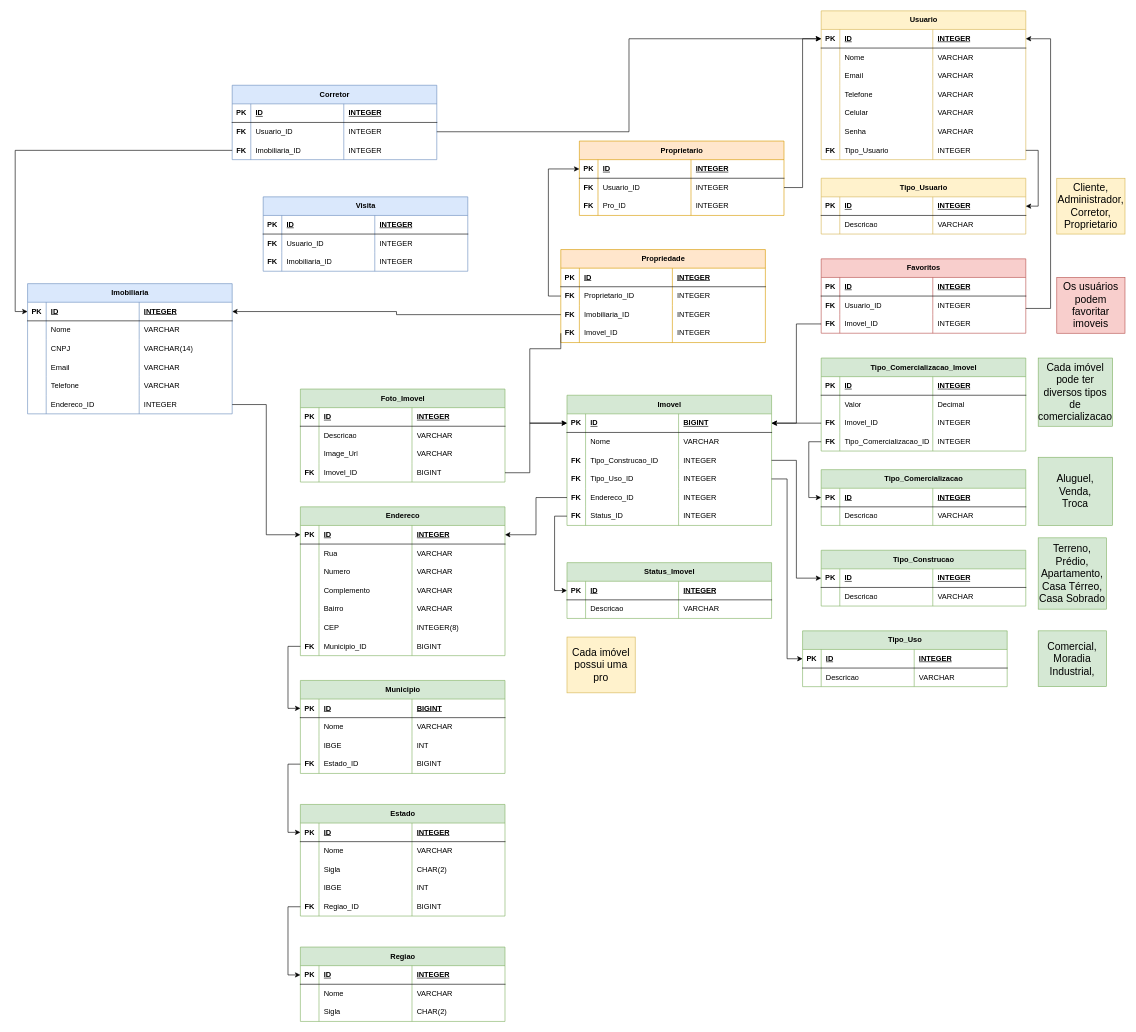
Before: Docs/DataModeling/Modelagem de Dados.drawio in SteveSilvas/BuscaCasa, a draw.io diagram. Source tidied: cells renumbered, new cells numbered last; positions are measured from the earlier drawing's top-left corner, leaving out a move shared by most shapes. Both pictures are drawn from the tidied source at 62%, with x=0, y=0 at pixel (27, 11).
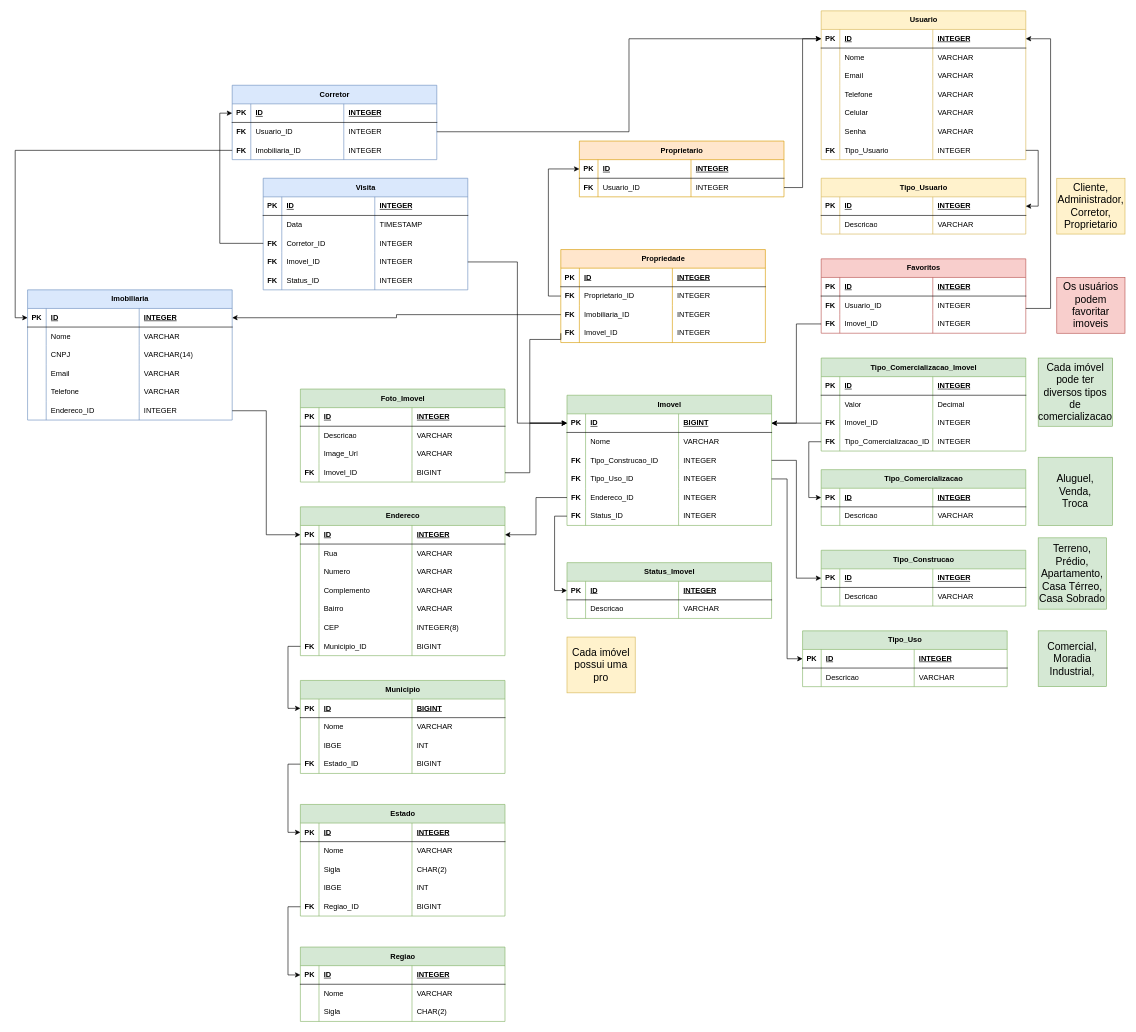
Above is the later version.

Unchanged cells that the change refers to:
```xml
<mxCell id="47" style="shape=tableRow;horizontal=0;startSize=0;swimlaneHead=0;swimlaneBody=0;fillColor=none;points=[[0,0.5],[1,0.5]];portConstraint=eastwest;top=0;left=0;right=0;bottom=1;" parent="46" vertex="1">
  <mxGeometry y="30" width="330" height="30" as="geometry" />
</mxCell>
<mxCell id="94" style="shape=tableRow;horizontal=0;startSize=0;swimlaneHead=0;swimlaneBody=0;fillColor=none;points=[[0,0.5],[1,0.5]];portConstraint=eastwest;top=0;left=0;right=0;bottom=0;" parent="85" vertex="1">
  <mxGeometry y="90" width="330" height="30" as="geometry" />
</mxCell>
<mxCell id="98" style="shape=tableRow;horizontal=0;startSize=0;swimlaneHead=0;swimlaneBody=0;fillColor=none;points=[[0,0.5],[1,0.5]];portConstraint=eastwest;top=0;left=0;right=0;bottom=0;" parent="85" vertex="1">
  <mxGeometry y="120" width="330" height="30" as="geometry" />
</mxCell>
<mxCell id="104" style="shape=tableRow;horizontal=0;startSize=0;swimlaneHead=0;swimlaneBody=0;fillColor=none;points=[[0,0.5],[1,0.5]];portConstraint=eastwest;top=0;left=0;right=0;bottom=1;" parent="103" vertex="1">
  <mxGeometry y="30" width="330" height="30" as="geometry" />
</mxCell>
<mxCell id="309" style="shape=tableRow;horizontal=0;startSize=0;swimlaneHead=0;swimlaneBody=0;fillColor=none;points=[[0,0.5],[1,0.5]];portConstraint=eastwest;top=0;left=0;right=0;bottom=1;" parent="308" vertex="1">
  <mxGeometry y="30" width="330" height="30" as="geometry" />
</mxCell>
```

Diff of the diagram source:
```diff
@@
     <mxCell id="102" style="edgeStyle=orthogonalEdgeStyle;rounded=0;jettySize=auto;html=1;exitX=0;exitY=0.5;exitDx=0;exitDy=0;entryX=0;entryY=0.5;entryDx=0;entryDy=0;" parent="1" edge="1" source="98" target="47">
       <mxGeometry relative="1" as="geometry">
         <Array as="points">
-          <mxPoint x="810" y="545" />
+          <mxPoint x="860" y="530" />
+          <mxPoint x="810" y="530" />
           <mxPoint x="810" y="665" />
         </Array>
       </mxGeometry>
     </mxCell>
     <mxCell id="103" value="Imobiliaria" style="shape=table;startSize=30;childLayout=tableLayout;rowLines=0;fontStyle=1;align=center;html=1;fillColor=#dae8fc;strokeColor=#6c8ebf;" parent="1" vertex="1">
-      <mxGeometry y="440" width="330" height="210" as="geometry" />
+      <mxGeometry y="450" width="330" height="210" as="geometry" />
     </mxCell>
@@
     <mxCell id="190" value="Proprietario" style="shape=table;startSize=30;childLayout=tableLayout;rowLines=0;fontStyle=1;align=center;html=1;fillColor=#ffe6cc;strokeColor=#d79b00;" parent="1" vertex="1">
-      <mxGeometry x="890" y="210" width="330" height="120" as="geometry" />
+      <mxGeometry x="890" y="210" width="330" height="90" as="geometry" />
     </mxCell>
@@
-    <mxCell id="199" style="shape=tableRow;horizontal=0;startSize=0;swimlaneHead=0;swimlaneBody=0;fillColor=none;top=0;left=0;right=0;bottom=0;" parent="190" vertex="1">
-      <mxGeometry y="90" width="330" height="30" as="geometry" />
-    </mxCell>
-    <mxCell id="200" value="FK" style="shape=partialRectangle;fillColor=none;top=0;left=0;bottom=0;right=0;overflow=hidden;whiteSpace=wrap;html=1;fontStyle=1;" parent="199" vertex="1">
-      <mxGeometry width="30" height="30" as="geometry" />
-    </mxCell>
-    <mxCell id="201" value="Pro_ID" style="shape=partialRectangle;fillColor=none;top=0;left=0;bottom=0;right=0;align=left;spacingLeft=6;overflow=hidden;whiteSpace=wrap;html=1;" parent="199" vertex="1">
-      <mxGeometry x="30" width="150" height="30" as="geometry" />
-    </mxCell>
-    <mxCell id="202" value="INTEGER" style="shape=partialRectangle;fillColor=none;top=0;left=0;bottom=0;right=0;align=left;spacingLeft=6;overflow=hidden;whiteSpace=wrap;html=1;" parent="199" vertex="1">
-      <mxGeometry x="180" width="150" height="30" as="geometry" />
-    </mxCell>
@@
-    <mxCell id="300" style="edgeStyle=orthogonalEdgeStyle;rounded=0;jettySize=auto;html=1;exitX=0;exitY=0.5;exitDx=0;exitDy=0;entryX=1;entryY=0.5;entryDx=0;entryDy=0;" parent="1" edge="1" source="94" target="104">
-      <mxGeometry relative="1" as="geometry" />
-    </mxCell>
@@
     <mxCell id="323" value="Visita" style="shape=table;startSize=30;childLayout=tableLayout;rowLines=0;fontStyle=1;align=center;html=1;fillColor=#dae8fc;strokeColor=#6c8ebf;" parent="1" vertex="1">
-      <mxGeometry x="380" y="300" width="330" height="120" as="geometry" />
+      <mxGeometry x="380" y="270" width="330" height="180" as="geometry" />
     </mxCell>
@@
+    <mxCell id="336" style="shape=tableRow;horizontal=0;startSize=0;swimlaneHead=0;swimlaneBody=0;fillColor=none;top=0;left=0;right=0;bottom=0;" parent="323" vertex="1">
+      <mxGeometry y="60" width="330" height="30" as="geometry" />
+    </mxCell>
+    <mxCell id="337" style="shape=partialRectangle;fillColor=none;top=0;left=0;bottom=0;right=0;overflow=hidden;whiteSpace=wrap;html=1;fontStyle=1;" parent="336" vertex="1">
+      <mxGeometry width="30" height="30" as="geometry" />
+    </mxCell>
+    <mxCell id="338" value="Data" style="shape=partialRectangle;fillColor=none;top=0;left=0;bottom=0;right=0;align=left;spacingLeft=6;overflow=hidden;whiteSpace=wrap;html=1;" parent="336" vertex="1">
+      <mxGeometry x="30" width="150" height="30" as="geometry" />
+    </mxCell>
+    <mxCell id="339" value="TIMESTAMP" style="shape=partialRectangle;fillColor=none;top=0;left=0;bottom=0;right=0;align=left;spacingLeft=6;overflow=hidden;whiteSpace=wrap;html=1;" parent="336" vertex="1">
+      <mxGeometry x="180" width="150" height="30" as="geometry" />
+    </mxCell>
     <mxCell id="328" style="shape=tableRow;horizontal=0;startSize=0;swimlaneHead=0;swimlaneBody=0;fillColor=none;points=[[0,0.5],[1,0.5]];portConstraint=eastwest;top=0;left=0;right=0;bottom=0;" parent="323" vertex="1">
-      <mxGeometry y="60" width="330" height="30" as="geometry" />
+      <mxGeometry y="90" width="330" height="30" as="geometry" />
     </mxCell>
@@
-    <mxCell id="330" value="Usuario_ID" style="shape=partialRectangle;fillColor=none;top=0;left=0;bottom=0;right=0;align=left;spacingLeft=6;overflow=hidden;whiteSpace=wrap;html=1;" parent="328" vertex="1">
+    <mxCell id="330" value="Corretor_ID" style="shape=partialRectangle;fillColor=none;top=0;left=0;bottom=0;right=0;align=left;spacingLeft=6;overflow=hidden;whiteSpace=wrap;html=1;" parent="328" vertex="1">
       <mxGeometry x="30" width="150" height="30" as="geometry" />
     </mxCell>
@@
     <mxCell id="332" style="shape=tableRow;horizontal=0;startSize=0;swimlaneHead=0;swimlaneBody=0;fillColor=none;points=[[0,0.5],[1,0.5]];portConstraint=eastwest;top=0;left=0;right=0;bottom=0;" parent="323" vertex="1">
-      <mxGeometry y="90" width="330" height="30" as="geometry" />
+      <mxGeometry y="120" width="330" height="30" as="geometry" />
     </mxCell>
@@
-    <mxCell id="334" value="Imobiliaria_ID" style="shape=partialRectangle;fillColor=none;top=0;left=0;bottom=0;right=0;align=left;spacingLeft=6;overflow=hidden;whiteSpace=wrap;html=1;" parent="332" vertex="1">
+    <mxCell id="334" value="Imovel_ID" style="shape=partialRectangle;fillColor=none;top=0;left=0;bottom=0;right=0;align=left;spacingLeft=6;overflow=hidden;whiteSpace=wrap;html=1;" parent="332" vertex="1">
       <mxGeometry x="30" width="150" height="30" as="geometry" />
     </mxCell>
@@
+    <mxCell id="340" style="shape=tableRow;horizontal=0;startSize=0;swimlaneHead=0;swimlaneBody=0;fillColor=none;top=0;left=0;right=0;bottom=0;" parent="323" vertex="1">
+      <mxGeometry y="150" width="330" height="30" as="geometry" />
+    </mxCell>
+    <mxCell id="200" value="FK" style="shape=partialRectangle;fillColor=none;top=0;left=0;bottom=0;right=0;overflow=hidden;whiteSpace=wrap;html=1;fontStyle=1;" parent="340" vertex="1">
+      <mxGeometry width="30" height="30" as="geometry" />
+    </mxCell>
+    <mxCell id="341" value="Status_ID" style="shape=partialRectangle;fillColor=none;top=0;left=0;bottom=0;right=0;align=left;spacingLeft=6;overflow=hidden;whiteSpace=wrap;html=1;" parent="340" vertex="1">
+      <mxGeometry x="30" width="150" height="30" as="geometry" />
+    </mxCell>
+    <mxCell id="202" value="INTEGER" style="shape=partialRectangle;fillColor=none;top=0;left=0;bottom=0;right=0;align=left;spacingLeft=6;overflow=hidden;whiteSpace=wrap;html=1;" parent="340" vertex="1">
+      <mxGeometry x="180" width="150" height="30" as="geometry" />
+    </mxCell>
+    <mxCell id="342" style="edgeStyle=orthogonalEdgeStyle;rounded=0;jettySize=auto;html=1;entryX=0;entryY=0.5;entryDx=0;entryDy=0;" parent="1" edge="1" source="328" target="309">
+      <mxGeometry relative="1" as="geometry" />
+    </mxCell>
+    <mxCell id="343" style="edgeStyle=orthogonalEdgeStyle;rounded=0;jettySize=auto;html=1;" parent="1" edge="1" source="332" target="47">
+      <mxGeometry relative="1" as="geometry" />
+    </mxCell>
+    <mxCell id="300" style="edgeStyle=orthogonalEdgeStyle;rounded=0;jettySize=auto;html=1;entryX=1;entryY=0.5;entryDx=0;entryDy=0;" parent="1" edge="1" source="94" target="104">
+      <mxGeometry relative="1" as="geometry" />
+    </mxCell>
```
